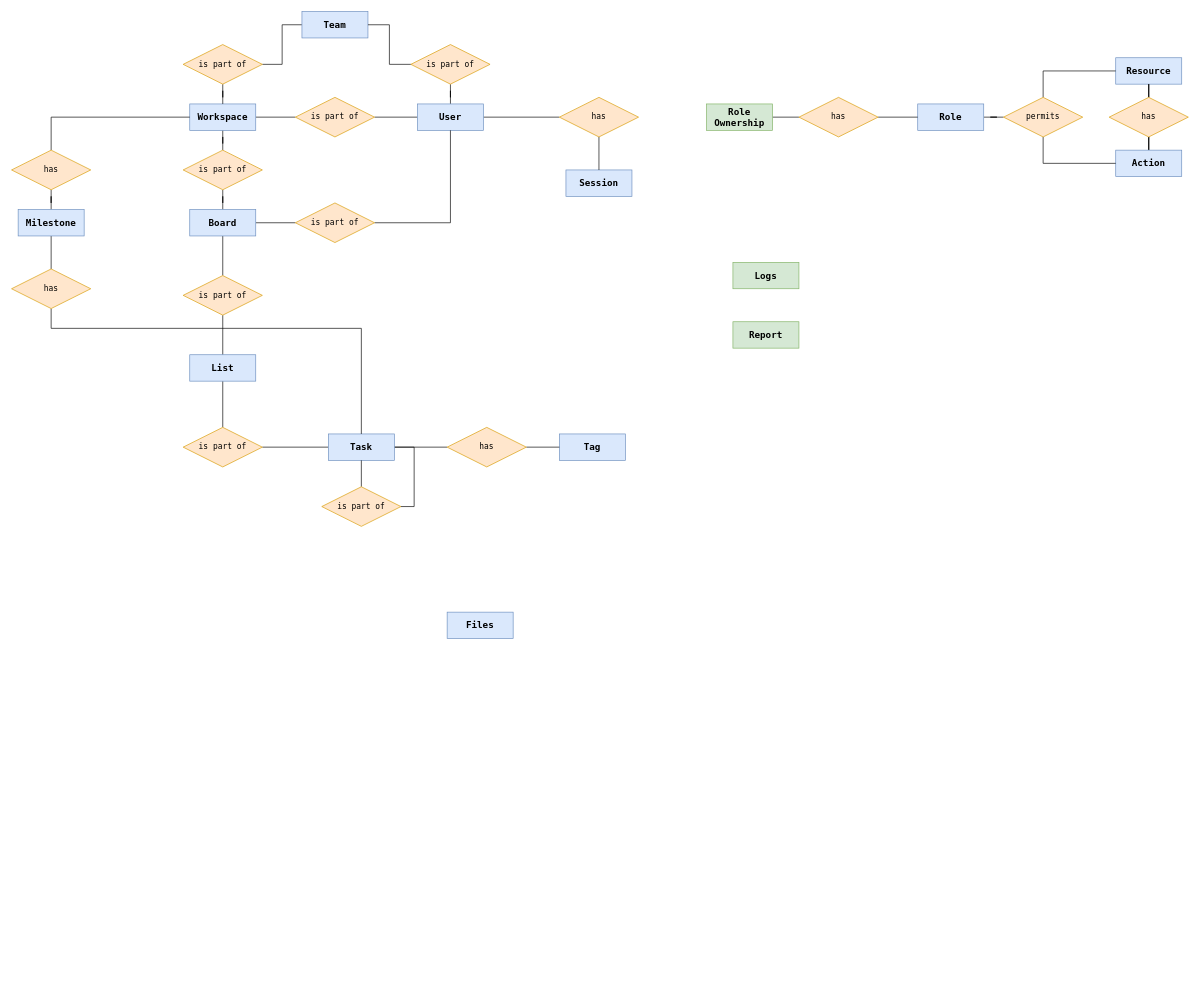
Above: diagrams/entity_relation/qwest-erd.drawio in basliqlabs/qwest-docs (draw.io), before the change. Source tidied: cells renumbered, new cells numbered last; positions are measured from the earlier drawing's top-left corner, leaving out a move shared by most shapes. Both pictures are drawn from the tidied source at 66%, with x=0, y=0 at pixel (11, 11).
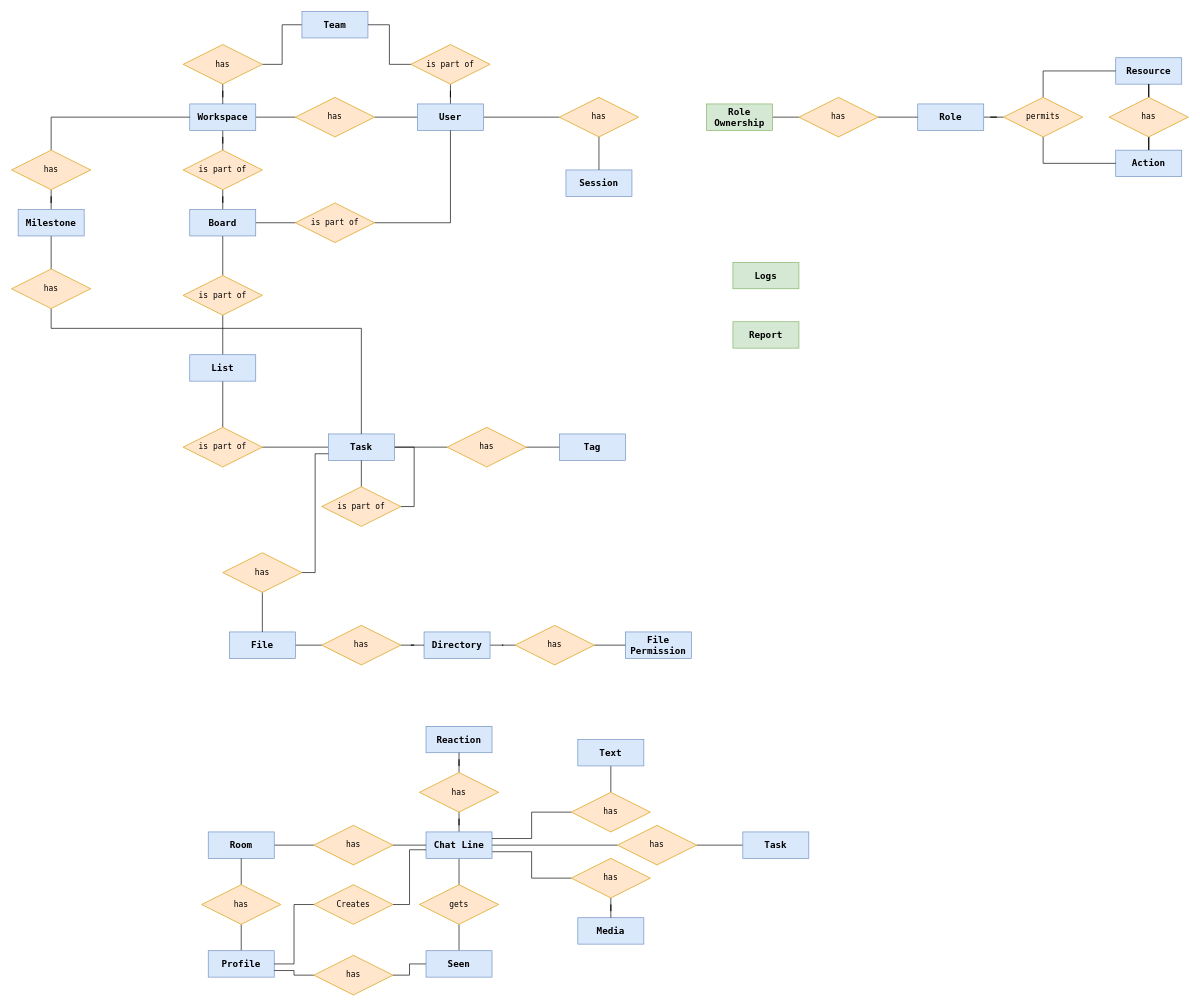
The same page after the edit.

The change refers to these unchanged cells:
```xml
<mxCell id="25" value="Task" style="whiteSpace=wrap;html=1;align=center;fillColor=#dae8fc;strokeColor=#6c8ebf;fontFamily=Lucida Console;fontStyle=1;fontSize=14;" parent="1" vertex="1">
  <mxGeometry x="480" y="640" width="100" height="40" as="geometry" />
</mxCell>
```

The edit, as a diff of the source:
```diff
@@
-    <mxCell id="7" value="is part of" style="shape=rhombus;perimeter=rhombusPerimeter;whiteSpace=wrap;html=1;align=center;fillColor=#ffe6cc;strokeColor=#d79b00;fontFamily=Lucida Console;" parent="1" vertex="1">
+    <mxCell id="7" value="has" style="shape=rhombus;perimeter=rhombusPerimeter;whiteSpace=wrap;html=1;align=center;fillColor=#ffe6cc;strokeColor=#d79b00;fontFamily=Lucida Console;" parent="1" vertex="1">
       <mxGeometry x="430" y="130" width="120" height="60" as="geometry" />
     </mxCell>
@@
-    <mxCell id="34" value="is part of" style="shape=rhombus;perimeter=rhombusPerimeter;whiteSpace=wrap;html=1;align=center;fillColor=#ffe6cc;strokeColor=#d79b00;fontFamily=Lucida Console;" parent="1" vertex="1">
+    <mxCell id="34" value="has" style="shape=rhombus;perimeter=rhombusPerimeter;whiteSpace=wrap;html=1;align=center;fillColor=#ffe6cc;strokeColor=#d79b00;fontFamily=Lucida Console;" parent="1" vertex="1">
       <mxGeometry x="260" y="50" width="120" height="60" as="geometry" />
     </mxCell>
@@
+    <mxCell id="64" style="edgeStyle=orthogonalEdgeStyle;shape=connector;rounded=0;jettySize=auto;html=1;entryX=0;entryY=0.5;entryDx=0;entryDy=0;strokeColor=default;align=center;verticalAlign=middle;fontFamily=Helvetica;fontSize=11;fontColor=default;labelBackgroundColor=default;endArrow=none;endFill=0;" parent="1" edge="1" source="63" target="72">
+      <mxGeometry relative="1" as="geometry" />
+    </mxCell>
-    <mxCell id="63" value="Files" style="whiteSpace=wrap;html=1;align=center;fillColor=#dae8fc;strokeColor=#6c8ebf;fontFamily=Lucida Console;fontStyle=1;fontSize=14;" parent="1" vertex="1">
-      <mxGeometry x="660" y="910" width="100" height="40" as="geometry" />
+    <mxCell id="63" value="File" style="whiteSpace=wrap;html=1;align=center;fillColor=#dae8fc;strokeColor=#6c8ebf;fontFamily=Lucida Console;fontStyle=1;fontSize=14;" parent="1" vertex="1">
+      <mxGeometry x="330" y="940" width="100" height="40" as="geometry" />
     </mxCell>
+    <mxCell id="65" style="edgeStyle=orthogonalEdgeStyle;rounded=0;jettySize=auto;html=1;entryX=0;entryY=0.75;entryDx=0;entryDy=0;endArrow=none;endFill=0;" parent="1" edge="1" source="67" target="25">
+      <mxGeometry relative="1" as="geometry" />
+    </mxCell>
+    <mxCell id="66" style="edgeStyle=orthogonalEdgeStyle;shape=connector;rounded=0;jettySize=auto;html=1;entryX=0.5;entryY=0;entryDx=0;entryDy=0;strokeColor=default;align=center;verticalAlign=middle;fontFamily=Helvetica;fontSize=11;fontColor=default;labelBackgroundColor=default;endArrow=none;endFill=0;" parent="1" edge="1" source="67" target="63">
+      <mxGeometry relative="1" as="geometry" />
+    </mxCell>
+    <mxCell id="67" value="has" style="shape=rhombus;perimeter=rhombusPerimeter;whiteSpace=wrap;html=1;align=center;fillColor=#ffe6cc;strokeColor=#d79b00;fontFamily=Lucida Console;" parent="1" vertex="1">
+      <mxGeometry x="320" y="820" width="120" height="60" as="geometry" />
+    </mxCell>
+    <mxCell id="68" style="edgeStyle=orthogonalEdgeStyle;shape=connector;rounded=0;jettySize=auto;html=1;entryX=0;entryY=0.5;entryDx=0;entryDy=0;strokeColor=default;align=center;verticalAlign=middle;fontFamily=Helvetica;fontSize=11;fontColor=default;labelBackgroundColor=default;endArrow=none;endFill=0;" parent="1" edge="1" source="69" target="74">
+      <mxGeometry relative="1" as="geometry" />
+    </mxCell>
+    <mxCell id="69" value="Directory" style="whiteSpace=wrap;html=1;align=center;fillColor=#dae8fc;strokeColor=#6c8ebf;fontFamily=Lucida Console;fontStyle=1;fontSize=14;" parent="1" vertex="1">
+      <mxGeometry x="625" y="940" width="100" height="40" as="geometry" />
+    </mxCell>
+    <mxCell id="70" value="File Permission" style="whiteSpace=wrap;html=1;align=center;fillColor=#dae8fc;strokeColor=#6c8ebf;fontFamily=Lucida Console;fontStyle=1;fontSize=14;" parent="1" vertex="1">
+      <mxGeometry x="930" y="940" width="100" height="40" as="geometry" />
+    </mxCell>
+    <mxCell id="71" style="edgeStyle=orthogonalEdgeStyle;shape=connector;rounded=0;jettySize=auto;html=1;entryX=0;entryY=0.5;entryDx=0;entryDy=0;strokeColor=default;align=center;verticalAlign=middle;fontFamily=Helvetica;fontSize=11;fontColor=default;labelBackgroundColor=default;endArrow=none;endFill=0;" parent="1" edge="1" source="72" target="69">
+      <mxGeometry relative="1" as="geometry" />
+    </mxCell>
+    <mxCell id="72" value="has" style="shape=rhombus;perimeter=rhombusPerimeter;whiteSpace=wrap;html=1;align=center;fillColor=#ffe6cc;strokeColor=#d79b00;fontFamily=Lucida Console;" parent="1" vertex="1">
+      <mxGeometry x="470" y="930" width="120" height="60" as="geometry" />
+    </mxCell>
+    <mxCell id="73" style="edgeStyle=orthogonalEdgeStyle;shape=connector;rounded=0;jettySize=auto;html=1;entryX=0;entryY=0.5;entryDx=0;entryDy=0;strokeColor=default;align=center;verticalAlign=middle;fontFamily=Helvetica;fontSize=11;fontColor=default;labelBackgroundColor=default;endArrow=none;endFill=0;" parent="1" edge="1" source="74" target="70">
+      <mxGeometry relative="1" as="geometry" />
+    </mxCell>
+    <mxCell id="74" value="has" style="shape=rhombus;perimeter=rhombusPerimeter;whiteSpace=wrap;html=1;align=center;fillColor=#ffe6cc;strokeColor=#d79b00;fontFamily=Lucida Console;" parent="1" vertex="1">
+      <mxGeometry x="763" y="930" width="120" height="60" as="geometry" />
+    </mxCell>
+    <mxCell id="75" style="edgeStyle=orthogonalEdgeStyle;shape=connector;rounded=0;jettySize=auto;html=1;entryX=0.5;entryY=1;entryDx=0;entryDy=0;strokeColor=default;align=center;verticalAlign=middle;fontFamily=Helvetica;fontSize=11;fontColor=default;labelBackgroundColor=default;endArrow=none;endFill=0;" parent="1" edge="1" source="79" target="85">
+      <mxGeometry relative="1" as="geometry" />
+    </mxCell>
+    <mxCell id="76" style="edgeStyle=orthogonalEdgeStyle;shape=connector;rounded=0;jettySize=auto;html=1;entryX=0.5;entryY=0;entryDx=0;entryDy=0;strokeColor=default;align=center;verticalAlign=middle;fontFamily=Helvetica;fontSize=11;fontColor=default;labelBackgroundColor=default;endArrow=none;endFill=0;" parent="1" edge="1" source="79" target="86">
+      <mxGeometry relative="1" as="geometry" />
+    </mxCell>
+    <mxCell id="77" style="edgeStyle=orthogonalEdgeStyle;shape=connector;rounded=0;jettySize=auto;html=1;entryX=0;entryY=0.5;entryDx=0;entryDy=0;strokeColor=default;align=center;verticalAlign=middle;fontFamily=Helvetica;fontSize=11;fontColor=default;labelBackgroundColor=default;endArrow=none;endFill=0;exitX=1;exitY=0.75;exitDx=0;exitDy=0;" parent="1" edge="1" source="79" target="93">
+      <mxGeometry relative="1" as="geometry" />
+    </mxCell>
+    <mxCell id="78" style="edgeStyle=orthogonalEdgeStyle;shape=connector;rounded=0;jettySize=auto;html=1;entryX=0;entryY=0.5;entryDx=0;entryDy=0;strokeColor=default;align=center;verticalAlign=middle;fontFamily=Helvetica;fontSize=11;fontColor=default;labelBackgroundColor=default;endArrow=none;endFill=0;" parent="1" edge="1" source="79" target="99">
+      <mxGeometry relative="1" as="geometry" />
+    </mxCell>
+    <mxCell id="79" value="Chat Line" style="whiteSpace=wrap;html=1;align=center;fillColor=#dae8fc;strokeColor=#6c8ebf;fontFamily=Lucida Console;fontStyle=1;fontSize=14;" parent="1" vertex="1">
+      <mxGeometry x="628" y="1243" width="100" height="40" as="geometry" />
+    </mxCell>
+    <mxCell id="80" style="edgeStyle=orthogonalEdgeStyle;shape=connector;rounded=0;jettySize=auto;html=1;entryX=0.5;entryY=1;entryDx=0;entryDy=0;strokeColor=default;align=center;verticalAlign=middle;fontFamily=Helvetica;fontSize=11;fontColor=default;labelBackgroundColor=default;endArrow=none;endFill=0;" parent="1" edge="1" source="82" target="86">
+      <mxGeometry relative="1" as="geometry" />
+    </mxCell>
+    <mxCell id="81" style="edgeStyle=orthogonalEdgeStyle;shape=connector;rounded=0;jettySize=auto;html=1;entryX=1;entryY=0.5;entryDx=0;entryDy=0;strokeColor=default;align=center;verticalAlign=middle;fontFamily=Helvetica;fontSize=11;fontColor=default;labelBackgroundColor=default;endArrow=none;endFill=0;" parent="1" edge="1" source="82" target="109">
+      <mxGeometry relative="1" as="geometry" />
+    </mxCell>
+    <mxCell id="82" value="Seen" style="whiteSpace=wrap;html=1;align=center;fillColor=#dae8fc;strokeColor=#6c8ebf;fontFamily=Lucida Console;fontStyle=1;fontSize=14;" parent="1" vertex="1">
+      <mxGeometry x="628" y="1423" width="100" height="40" as="geometry" />
+    </mxCell>
+    <mxCell id="83" value="Reaction" style="whiteSpace=wrap;html=1;align=center;fillColor=#dae8fc;strokeColor=#6c8ebf;fontFamily=Lucida Console;fontStyle=1;fontSize=14;" parent="1" vertex="1">
+      <mxGeometry x="628" y="1083" width="100" height="40" as="geometry" />
+    </mxCell>
+    <mxCell id="84" style="edgeStyle=orthogonalEdgeStyle;shape=connector;rounded=0;jettySize=auto;html=1;entryX=0.5;entryY=1;entryDx=0;entryDy=0;strokeColor=default;align=center;verticalAlign=middle;fontFamily=Helvetica;fontSize=11;fontColor=default;labelBackgroundColor=default;endArrow=none;endFill=0;" parent="1" edge="1" source="85" target="83">
+      <mxGeometry relative="1" as="geometry" />
+    </mxCell>
+    <mxCell id="85" value="has" style="shape=rhombus;perimeter=rhombusPerimeter;whiteSpace=wrap;html=1;align=center;fillColor=#ffe6cc;strokeColor=#d79b00;fontFamily=Lucida Console;" parent="1" vertex="1">
+      <mxGeometry x="618" y="1153" width="120" height="60" as="geometry" />
+    </mxCell>
+    <mxCell id="86" value="gets" style="shape=rhombus;perimeter=rhombusPerimeter;whiteSpace=wrap;html=1;align=center;fillColor=#ffe6cc;strokeColor=#d79b00;fontFamily=Lucida Console;" parent="1" vertex="1">
+      <mxGeometry x="618" y="1323" width="120" height="60" as="geometry" />
+    </mxCell>
+    <mxCell id="87" style="edgeStyle=orthogonalEdgeStyle;shape=connector;rounded=0;jettySize=auto;html=1;entryX=0.5;entryY=0;entryDx=0;entryDy=0;strokeColor=default;align=center;verticalAlign=middle;fontFamily=Helvetica;fontSize=11;fontColor=default;labelBackgroundColor=default;endArrow=none;endFill=0;" parent="1" edge="1" source="88" target="91">
+      <mxGeometry relative="1" as="geometry" />
+    </mxCell>
+    <mxCell id="88" value="Text" style="whiteSpace=wrap;html=1;align=center;fillColor=#dae8fc;strokeColor=#6c8ebf;fontFamily=Lucida Console;fontStyle=1;fontSize=14;" parent="1" vertex="1">
+      <mxGeometry x="858" y="1103" width="100" height="40" as="geometry" />
+    </mxCell>
+    <mxCell id="89" value="Media" style="whiteSpace=wrap;html=1;align=center;fillColor=#dae8fc;strokeColor=#6c8ebf;fontFamily=Lucida Console;fontStyle=1;fontSize=14;" parent="1" vertex="1">
+      <mxGeometry x="858" y="1373" width="100" height="40" as="geometry" />
+    </mxCell>
+    <mxCell id="90" style="edgeStyle=orthogonalEdgeStyle;shape=connector;rounded=0;jettySize=auto;html=1;entryX=1;entryY=0.25;entryDx=0;entryDy=0;strokeColor=default;align=center;verticalAlign=middle;fontFamily=Helvetica;fontSize=11;fontColor=default;labelBackgroundColor=default;endArrow=none;endFill=0;" parent="1" edge="1" source="91" target="79">
+      <mxGeometry relative="1" as="geometry" />
+    </mxCell>
+    <mxCell id="91" value="has" style="shape=rhombus;perimeter=rhombusPerimeter;whiteSpace=wrap;html=1;align=center;fillColor=#ffe6cc;strokeColor=#d79b00;fontFamily=Lucida Console;" parent="1" vertex="1">
+      <mxGeometry x="848" y="1183" width="120" height="60" as="geometry" />
+    </mxCell>
+    <mxCell id="92" style="edgeStyle=orthogonalEdgeStyle;shape=connector;rounded=0;jettySize=auto;html=1;entryX=0.5;entryY=0;entryDx=0;entryDy=0;strokeColor=default;align=center;verticalAlign=middle;fontFamily=Helvetica;fontSize=11;fontColor=default;labelBackgroundColor=default;endArrow=none;endFill=0;" parent="1" edge="1" source="93" target="89">
+      <mxGeometry relative="1" as="geometry" />
+    </mxCell>
+    <mxCell id="93" value="has" style="shape=rhombus;perimeter=rhombusPerimeter;whiteSpace=wrap;html=1;align=center;fillColor=#ffe6cc;strokeColor=#d79b00;fontFamily=Lucida Console;" parent="1" vertex="1">
+      <mxGeometry x="848" y="1283" width="120" height="60" as="geometry" />
+    </mxCell>
+    <mxCell id="94" style="edgeStyle=orthogonalEdgeStyle;shape=connector;rounded=0;jettySize=auto;html=1;entryX=0;entryY=0.5;entryDx=0;entryDy=0;strokeColor=default;align=center;verticalAlign=middle;fontFamily=Helvetica;fontSize=11;fontColor=default;labelBackgroundColor=default;endArrow=none;endFill=0;" parent="1" edge="1" source="95" target="79">
+      <mxGeometry relative="1" as="geometry" />
+    </mxCell>
+    <mxCell id="95" value="has" style="shape=rhombus;perimeter=rhombusPerimeter;whiteSpace=wrap;html=1;align=center;fillColor=#ffe6cc;strokeColor=#d79b00;fontFamily=Lucida Console;" parent="1" vertex="1">
+      <mxGeometry x="458" y="1233" width="120" height="60" as="geometry" />
+    </mxCell>
+    <mxCell id="96" style="edgeStyle=orthogonalEdgeStyle;shape=connector;rounded=0;jettySize=auto;html=1;entryX=0;entryY=0.5;entryDx=0;entryDy=0;strokeColor=default;align=center;verticalAlign=middle;fontFamily=Helvetica;fontSize=11;fontColor=default;labelBackgroundColor=default;endArrow=none;endFill=0;" parent="1" edge="1" source="97" target="95">
+      <mxGeometry relative="1" as="geometry" />
+    </mxCell>
+    <mxCell id="97" value="Room" style="whiteSpace=wrap;html=1;align=center;fillColor=#dae8fc;strokeColor=#6c8ebf;fontFamily=Lucida Console;fontStyle=1;fontSize=14;" parent="1" vertex="1">
+      <mxGeometry x="298" y="1243" width="100" height="40" as="geometry" />
+    </mxCell>
+    <mxCell id="98" style="edgeStyle=orthogonalEdgeStyle;shape=connector;rounded=0;jettySize=auto;html=1;entryX=0;entryY=0.5;entryDx=0;entryDy=0;strokeColor=default;align=center;verticalAlign=middle;fontFamily=Helvetica;fontSize=11;fontColor=default;labelBackgroundColor=default;endArrow=none;endFill=0;" parent="1" edge="1" source="99" target="100">
+      <mxGeometry relative="1" as="geometry" />
+    </mxCell>
+    <mxCell id="99" value="has" style="shape=rhombus;perimeter=rhombusPerimeter;whiteSpace=wrap;html=1;align=center;fillColor=#ffe6cc;strokeColor=#d79b00;fontFamily=Lucida Console;" parent="1" vertex="1">
+      <mxGeometry x="918" y="1233" width="120" height="60" as="geometry" />
+    </mxCell>
+    <mxCell id="100" value="Task" style="whiteSpace=wrap;html=1;align=center;fillColor=#dae8fc;strokeColor=#6c8ebf;fontFamily=Lucida Console;fontStyle=1;fontSize=14;" parent="1" vertex="1">
+      <mxGeometry x="1108" y="1243" width="100" height="40" as="geometry" />
+    </mxCell>
+    <mxCell id="101" style="edgeStyle=orthogonalEdgeStyle;shape=connector;rounded=0;jettySize=auto;html=1;entryX=0.5;entryY=1;entryDx=0;entryDy=0;strokeColor=default;align=center;verticalAlign=middle;fontFamily=Helvetica;fontSize=11;fontColor=default;labelBackgroundColor=default;endArrow=none;endFill=0;" parent="1" edge="1" source="102" target="107">
+      <mxGeometry relative="1" as="geometry" />
+    </mxCell>
+    <mxCell id="102" value="Profile" style="whiteSpace=wrap;html=1;align=center;fillColor=#dae8fc;strokeColor=#6c8ebf;fontFamily=Lucida Console;fontStyle=1;fontSize=14;" parent="1" vertex="1">
+      <mxGeometry x="298" y="1423" width="100" height="40" as="geometry" />
+    </mxCell>
+    <mxCell id="103" style="edgeStyle=orthogonalEdgeStyle;shape=connector;rounded=0;jettySize=auto;html=1;entryX=1;entryY=0.5;entryDx=0;entryDy=0;strokeColor=default;align=center;verticalAlign=middle;fontFamily=Helvetica;fontSize=11;fontColor=default;labelBackgroundColor=default;endArrow=none;endFill=0;" parent="1" edge="1" source="105" target="102">
+      <mxGeometry relative="1" as="geometry" />
+    </mxCell>
+    <mxCell id="104" style="edgeStyle=orthogonalEdgeStyle;shape=connector;rounded=0;jettySize=auto;html=1;strokeColor=default;align=center;verticalAlign=middle;fontFamily=Helvetica;fontSize=11;fontColor=default;labelBackgroundColor=default;endArrow=none;endFill=0;exitX=1;exitY=0.5;exitDx=0;exitDy=0;" parent="1" edge="1" source="105">
+      <mxGeometry relative="1" as="geometry">
+        <mxPoint x="628" y="1270" as="targetPoint" />
+        <Array as="points">
+          <mxPoint x="603" y="1353" />
+          <mxPoint x="603" y="1270" />
+        </Array>
+      </mxGeometry>
+    </mxCell>
+    <mxCell id="105" value="Creates" style="shape=rhombus;perimeter=rhombusPerimeter;whiteSpace=wrap;html=1;align=center;fillColor=#ffe6cc;strokeColor=#d79b00;fontFamily=Lucida Console;" parent="1" vertex="1">
+      <mxGeometry x="458" y="1323" width="120" height="60" as="geometry" />
+    </mxCell>
+    <mxCell id="106" style="edgeStyle=orthogonalEdgeStyle;shape=connector;rounded=0;jettySize=auto;html=1;entryX=0.5;entryY=1;entryDx=0;entryDy=0;strokeColor=default;align=center;verticalAlign=middle;fontFamily=Helvetica;fontSize=11;fontColor=default;labelBackgroundColor=default;endArrow=none;endFill=0;" parent="1" edge="1" source="107" target="97">
+      <mxGeometry relative="1" as="geometry" />
+    </mxCell>
+    <mxCell id="107" value="has" style="shape=rhombus;perimeter=rhombusPerimeter;whiteSpace=wrap;html=1;align=center;fillColor=#ffe6cc;strokeColor=#d79b00;fontFamily=Lucida Console;" parent="1" vertex="1">
+      <mxGeometry x="288" y="1323" width="120" height="60" as="geometry" />
+    </mxCell>
+    <mxCell id="108" style="edgeStyle=orthogonalEdgeStyle;shape=connector;rounded=0;jettySize=auto;html=1;entryX=1;entryY=0.75;entryDx=0;entryDy=0;strokeColor=default;align=center;verticalAlign=middle;fontFamily=Helvetica;fontSize=11;fontColor=default;labelBackgroundColor=default;endArrow=none;endFill=0;" parent="1" edge="1" source="109" target="102">
+      <mxGeometry relative="1" as="geometry" />
+    </mxCell>
+    <mxCell id="109" value="has" style="shape=rhombus;perimeter=rhombusPerimeter;whiteSpace=wrap;html=1;align=center;fillColor=#ffe6cc;strokeColor=#d79b00;fontFamily=Lucida Console;" parent="1" vertex="1">
+      <mxGeometry x="458" y="1430" width="120" height="60" as="geometry" />
+    </mxCell>
```
